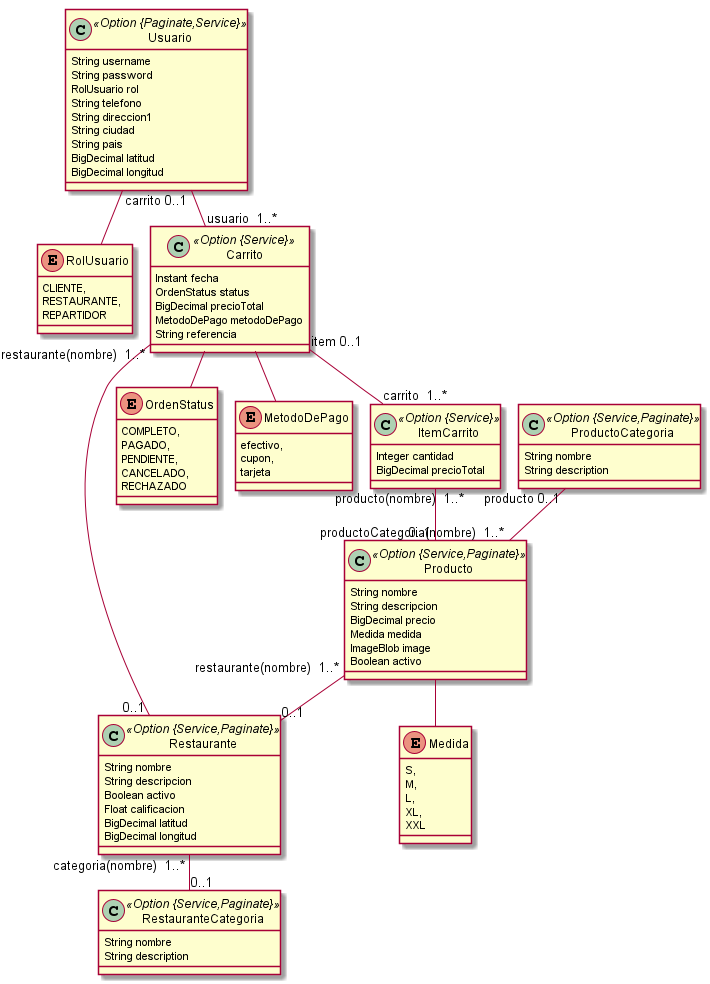
maximilianoPizarro/pedidos-rapiditos-back keeps this PlantUML diagram as jhipster-jdl.png. Above is the earlier version. Its diagram source:
```plantuml
@startuml
	!pragma graphviz_dot jdot
	!pragma syntax class
	class Producto <<Option {Service,Paginate}>> {
		String nombre
		String descripcion
		BigDecimal precio
		Medida medida
		ImageBlob image
		Boolean activo
	}
	Producto ..> Medida
	class Restaurante <<Option {Service,Paginate}>> {
		String nombre
		String descripcion
		Boolean activo
		Float calificacion
		BigDecimal latitud
		BigDecimal longitud
	}
	class RestauranteCategoria <<Option {Service,Paginate}>> {
		String nombre
		String description
	}
	enum Medida {
		S,
		M,
		L,
		XL,
		XXL
	}
	class ProductoCategoria <<Option {Service,Paginate}>> {
		String nombre
		String description
	}
	class Usuario <<Option {Paginate,Service}>> {
		String username
		String password
		RolUsuario rol
		String telefono
		String direccion1
		String ciudad
		String pais
		BigDecimal latitud
		BigDecimal longitud
	}
	Usuario ..> RolUsuario
	enum RolUsuario {
		CLIENTE,
		RESTAURANTE,
		REPARTIDOR
	}
	class Carrito <<Option {Service}>> {
		Instant fecha
		OrdenStatus status
		BigDecimal precioTotal
		MetodoDePago metodoDePago
		String referencia
	}
	Carrito ..> OrdenStatus
	Carrito ..> MetodoDePago
	enum OrdenStatus {
		COMPLETO,
		PAGADO,
		PENDIENTE,
		CANCELADO,
		RECHAZADO
	}
	enum MetodoDePago {
		efectivo,
		cupon,
		tarjeta
	}
	class ItemCarrito <<Option {Service}>> {
		Integer cantidad
		BigDecimal precioTotal
	}
	ItemCarrito  "producto(nombre)  1..* " o-- "0..1 "  Producto
	Restaurante  "categoria(nombre)  1..* " o-- "0..1 "  RestauranteCategoria
	Carrito  "restaurante(nombre)  1..* " o-- "0..1 "  Restaurante
	Producto  "restaurante(nombre)  1..* " o-- "0..1 "  Restaurante
	Usuario  "carrito 0..1 " --o "usuario  1..* "  Carrito
	Carrito  "item 0..1 " --o "carrito  1..* "  ItemCarrito
	ProductoCategoria  "producto 0..1 " --o "productoCategoria(nombre)  1..* "  Producto
@enduml
```
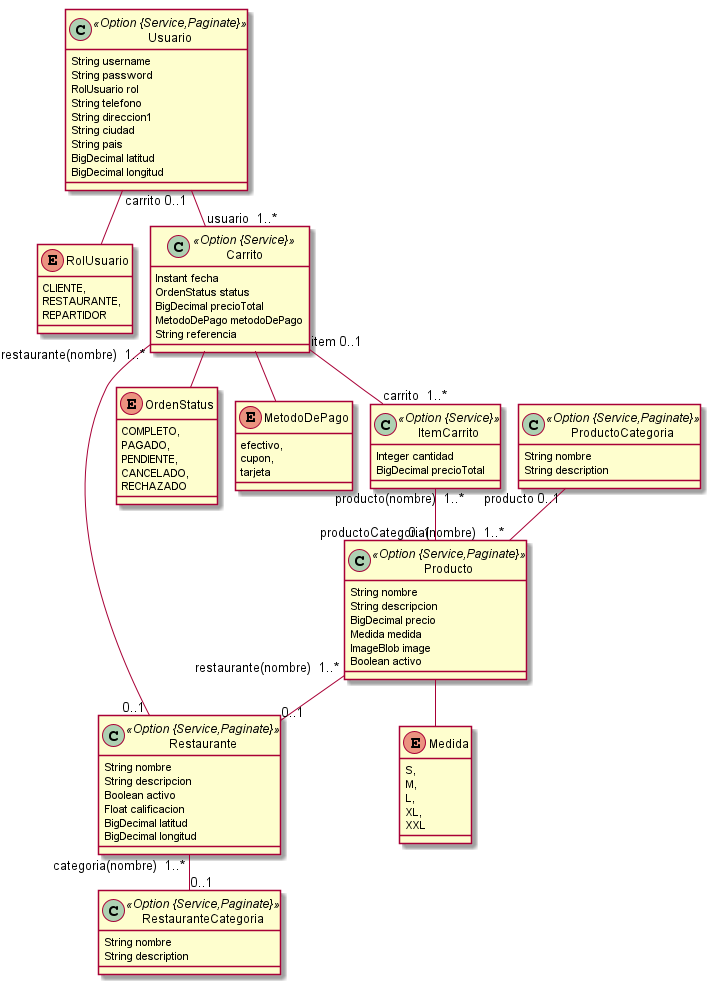
Later version of the same file.

Diff of the diagram source:
```diff
@@ -33,7 +33,7 @@
 		String nombre
 		String description
 	}
-	class Usuario <<Option {Paginate,Service}>> {
+	class Usuario <<Option {Service,Paginate}>> {
 		String username
 		String password
 		RolUsuario rol
```
